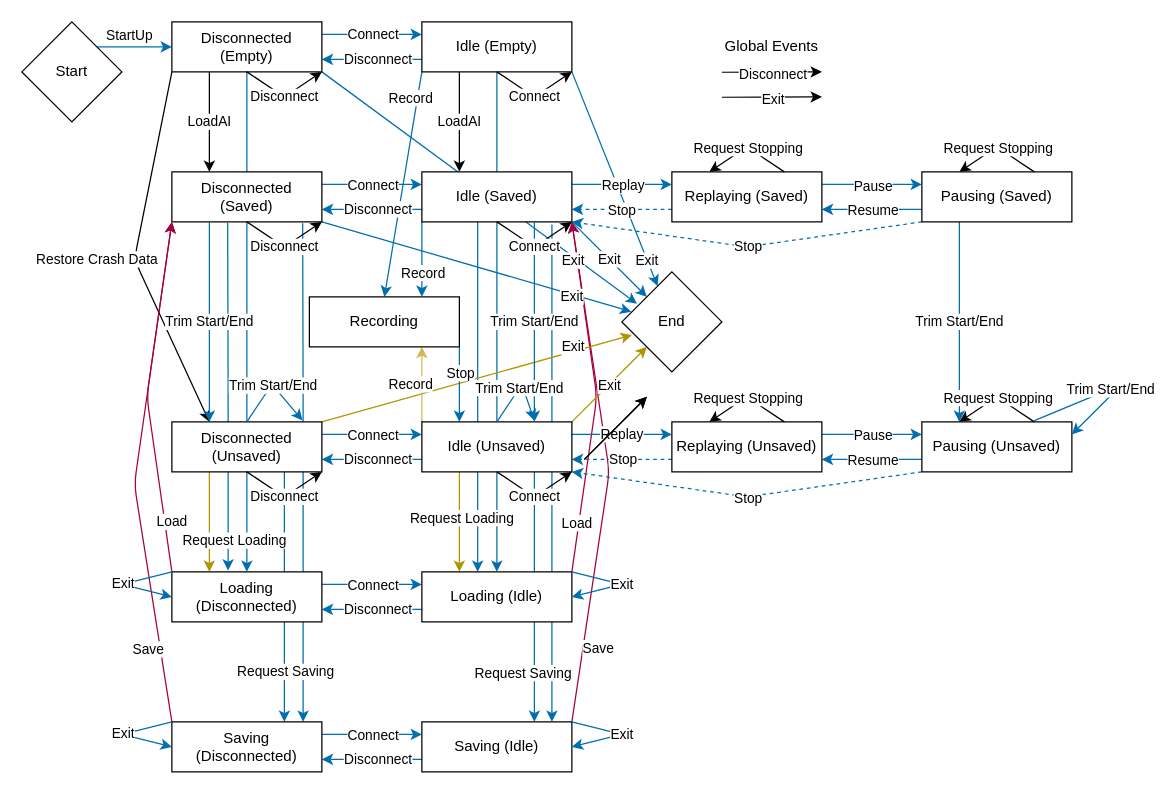
nguyenquyhy/Flight-Recorder keeps this draw.io diagram as Design/States.drawio. Above is the earlier version. Source tidied: cells renumbered, new cells numbered last; positions are measured from the earlier drawing's top-left corner, leaving out a move shared by most shapes. Both pictures are drawn from the tidied source at 125%, with x=0, y=0 at pixel (21, 21).
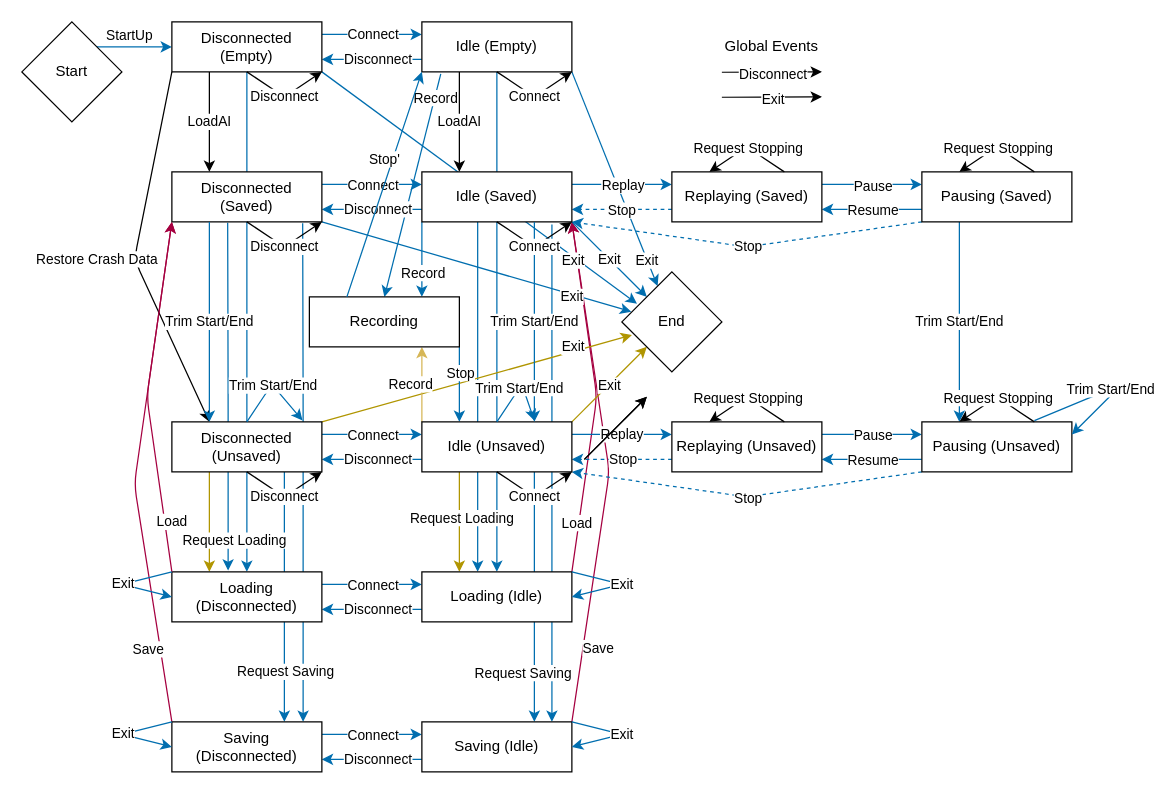
After the change.

Unchanged cells that the change refers to:
```xml
<mxCell id="85" value="Recording" style="rounded=0;whiteSpace=wrap;html=1;fontStyle=0;" parent="1" vertex="1">
  <mxGeometry x="230" y="220" width="120" height="40" as="geometry" />
</mxCell>
<mxCell id="87" value="Idle (Empty)" style="rounded=0;whiteSpace=wrap;html=1;fontStyle=0;" parent="1" vertex="1">
  <mxGeometry x="320" width="120" height="40" as="geometry" />
</mxCell>
```

Change to the diagram source:
```diff
@@
-    <mxCell id="24" style="endArrow=classic;html=1;exitX=0;exitY=1;exitDx=0;exitDy=0;entryX=0.5;entryY=0;entryDx=0;entryDy=0;fillColor=#1ba1e2;strokeColor=#006EAF;" parent="1" edge="1" source="87" target="85">
+    <mxCell id="24" style="endArrow=classic;html=1;exitX=0.126;exitY=1.041;exitDx=0;exitDy=0;entryX=0.5;entryY=0;entryDx=0;entryDy=0;fillColor=#1ba1e2;strokeColor=#006EAF;exitPerimeter=0;" parent="1" edge="1" source="87" target="85">
       <mxGeometry relative="1" as="geometry" />
     </mxCell>
     <mxCell id="25" value="Record" style="edgeLabel;html=1;align=center;verticalAlign=middle;" parent="24" vertex="1">
       <mxGeometry x="-0.38" relative="1" as="geometry">
-        <mxPoint y="-36.2" as="offset" />
+        <mxPoint x="9" y="-36" as="offset" />
       </mxGeometry>
     </mxCell>
@@
+    <mxCell id="149" style="endArrow=classic;html=1;exitX=0.25;exitY=0;exitDx=0;exitDy=0;fillColor=#1ba1e2;strokeColor=#006EAF;entryX=0;entryY=1;entryDx=0;entryDy=0;" parent="1" edge="1" source="85" target="87">
+      <mxGeometry relative="1" as="geometry" />
+    </mxCell>
+    <mxCell id="150" value="Stop'" style="edgeLabel;html=1;align=center;verticalAlign=middle;" parent="149" vertex="1">
+      <mxGeometry x="0.26" relative="1" as="geometry">
+        <mxPoint x="-8" y="3" as="offset" />
+      </mxGeometry>
+    </mxCell>
```
